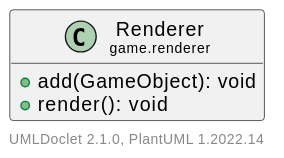
This is doc/javadoc/game/renderer/Renderer.svg from Hirschiii/JavaGameEngine, a PlantUML export, as it was before one commit. The source it was exported from:
```plantuml
@startuml
    set namespaceSeparator none
    hide empty fields
    hide empty methods

    class "<size:14>Renderer\n<size:10>game.renderer" as game.renderer.Renderer [[Renderer.html]] {
        +add(GameObject): void
        +render(): void
    }

    center footer UMLDoclet 2.1.0, PlantUML %version()
@enduml
```
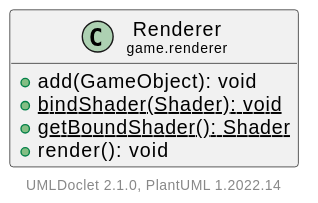
Later version of the same file.

Change to the diagram source:
```diff
@@ -5,6 +5,8 @@
 
     class "<size:14>Renderer\n<size:10>game.renderer" as game.renderer.Renderer [[Renderer.html]] {
         +add(GameObject): void
+        {static} +bindShader(Shader): void
+        {static} +getBoundShader(): Shader
         +render(): void
     }
 
```
